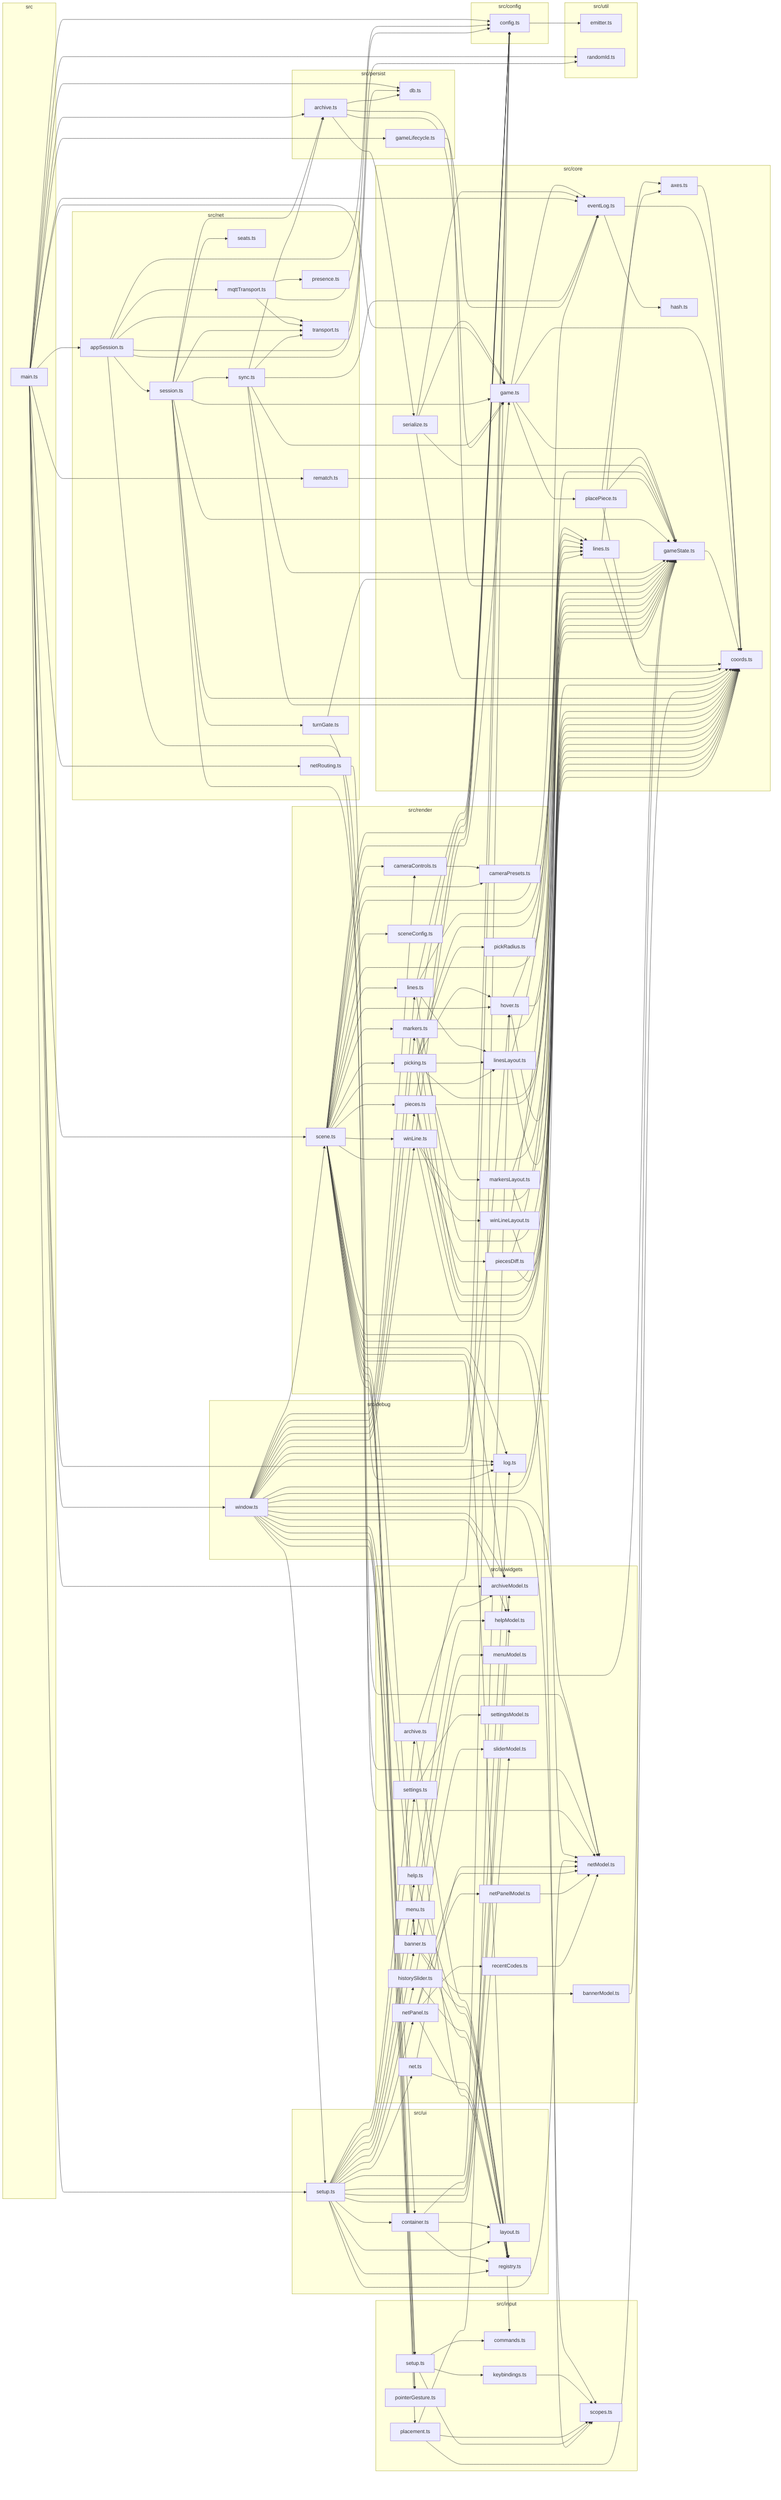
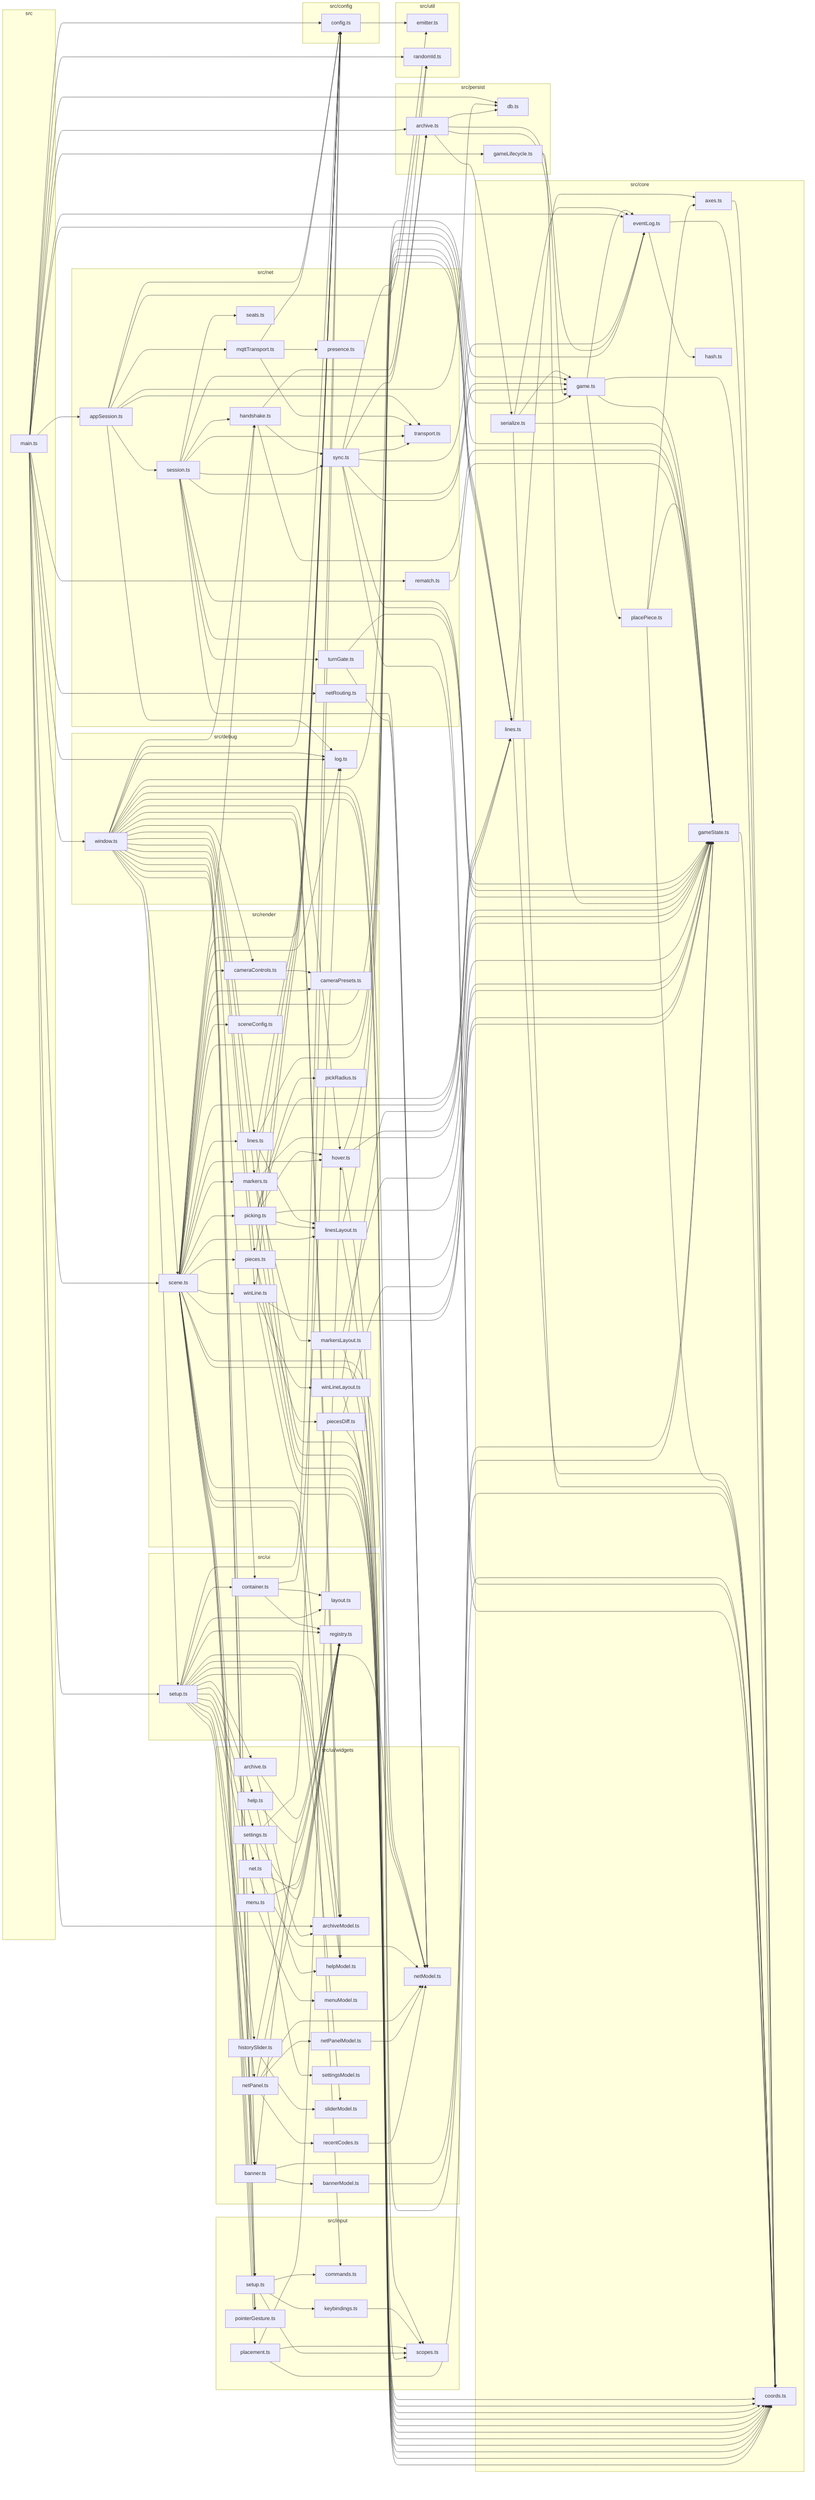
graph LR
    subgraph src
        src_main_ts["main.ts"]
    end
    subgraph src/config
        src_config_config_ts["config.ts"]
    end
    subgraph src/core
        src_core_axes_ts["axes.ts"]
        src_core_coords_ts["coords.ts"]
        src_core_eventLog_ts["eventLog.ts"]
        src_core_game_ts["game.ts"]
        src_core_gameState_ts["gameState.ts"]
        src_core_hash_ts["hash.ts"]
        src_core_lines_ts["lines.ts"]
        src_core_placePiece_ts["placePiece.ts"]
        src_core_serialize_ts["serialize.ts"]
    end
    subgraph src/debug
        src_debug_log_ts["log.ts"]
        src_debug_window_ts["window.ts"]
    end
    subgraph src/input
        src_input_commands_ts["commands.ts"]
        src_input_keybindings_ts["keybindings.ts"]
        src_input_placement_ts["placement.ts"]
        src_input_pointerGesture_ts["pointerGesture.ts"]
        src_input_scopes_ts["scopes.ts"]
        src_input_setup_ts["setup.ts"]
    end
    subgraph src/net
        src_net_appSession_ts["appSession.ts"]
+         src_net_handshake_ts["handshake.ts"]
        src_net_mqttTransport_ts["mqttTransport.ts"]
        src_net_netRouting_ts["netRouting.ts"]
        src_net_presence_ts["presence.ts"]
        src_net_rematch_ts["rematch.ts"]
        src_net_seats_ts["seats.ts"]
        src_net_session_ts["session.ts"]
        src_net_sync_ts["sync.ts"]
        src_net_transport_ts["transport.ts"]
        src_net_turnGate_ts["turnGate.ts"]
    end
    subgraph src/persist
        src_persist_archive_ts["archive.ts"]
        src_persist_db_ts["db.ts"]
        src_persist_gameLifecycle_ts["gameLifecycle.ts"]
    end
    subgraph src/render
        src_render_cameraControls_ts["cameraControls.ts"]
        src_render_cameraPresets_ts["cameraPresets.ts"]
        src_render_hover_ts["hover.ts"]
        src_render_lines_ts["lines.ts"]
        src_render_linesLayout_ts["linesLayout.ts"]
        src_render_markers_ts["markers.ts"]
        src_render_markersLayout_ts["markersLayout.ts"]
        src_render_pickRadius_ts["pickRadius.ts"]
        src_render_picking_ts["picking.ts"]
        src_render_pieces_ts["pieces.ts"]
        src_render_piecesDiff_ts["piecesDiff.ts"]
        src_render_scene_ts["scene.ts"]
        src_render_sceneConfig_ts["sceneConfig.ts"]
        src_render_winLine_ts["winLine.ts"]
        src_render_winLineLayout_ts["winLineLayout.ts"]
    end
    subgraph src/ui
        src_ui_container_ts["container.ts"]
        src_ui_layout_ts["layout.ts"]
        src_ui_registry_ts["registry.ts"]
        src_ui_setup_ts["setup.ts"]
    end
    subgraph src/ui/widgets
        src_ui_widgets_archive_ts["archive.ts"]
        src_ui_widgets_archiveModel_ts["archiveModel.ts"]
        src_ui_widgets_banner_ts["banner.ts"]
        src_ui_widgets_bannerModel_ts["bannerModel.ts"]
        src_ui_widgets_help_ts["help.ts"]
        src_ui_widgets_helpModel_ts["helpModel.ts"]
        src_ui_widgets_historySlider_ts["historySlider.ts"]
        src_ui_widgets_menu_ts["menu.ts"]
        src_ui_widgets_menuModel_ts["menuModel.ts"]
        src_ui_widgets_net_ts["net.ts"]
        src_ui_widgets_netModel_ts["netModel.ts"]
        src_ui_widgets_netPanel_ts["netPanel.ts"]
        src_ui_widgets_netPanelModel_ts["netPanelModel.ts"]
        src_ui_widgets_recentCodes_ts["recentCodes.ts"]
        src_ui_widgets_settings_ts["settings.ts"]
        src_ui_widgets_settingsModel_ts["settingsModel.ts"]
        src_ui_widgets_sliderModel_ts["sliderModel.ts"]
    end
    subgraph src/util
        src_util_emitter_ts["emitter.ts"]
        src_util_randomId_ts["randomId.ts"]
    end
    src_config_config_ts --> src_util_emitter_ts
    src_core_axes_ts --> src_core_coords_ts
    src_core_eventLog_ts --> src_core_coords_ts
    src_core_eventLog_ts --> src_core_hash_ts
    src_core_game_ts --> src_core_coords_ts
    src_core_game_ts --> src_core_eventLog_ts
    src_core_game_ts --> src_core_gameState_ts
    src_core_game_ts --> src_core_placePiece_ts
    src_core_gameState_ts --> src_core_coords_ts
    src_core_lines_ts --> src_core_axes_ts
    src_core_lines_ts --> src_core_coords_ts
    src_core_placePiece_ts --> src_core_axes_ts
    src_core_placePiece_ts --> src_core_coords_ts
    src_core_placePiece_ts --> src_core_gameState_ts
    src_core_serialize_ts --> src_core_coords_ts
    src_core_serialize_ts --> src_core_eventLog_ts
    src_core_serialize_ts --> src_core_game_ts
    src_core_serialize_ts --> src_core_gameState_ts
    src_debug_window_ts --> src_config_config_ts
    src_debug_window_ts --> src_core_coords_ts
    src_debug_window_ts --> src_core_gameState_ts
    src_debug_window_ts --> src_debug_log_ts
    src_debug_window_ts --> src_input_pointerGesture_ts
    src_debug_window_ts --> src_input_scopes_ts
    src_debug_window_ts --> src_input_setup_ts
+     src_debug_window_ts --> src_net_handshake_ts
    src_debug_window_ts --> src_render_cameraControls_ts
    src_debug_window_ts --> src_render_hover_ts
    src_debug_window_ts --> src_render_lines_ts
    src_debug_window_ts --> src_render_markers_ts
    src_debug_window_ts --> src_render_pieces_ts
    src_debug_window_ts --> src_render_scene_ts
    src_debug_window_ts --> src_render_winLine_ts
    src_debug_window_ts --> src_ui_container_ts
    src_debug_window_ts --> src_ui_setup_ts
    src_debug_window_ts --> src_ui_widgets_archiveModel_ts
    src_debug_window_ts --> src_ui_widgets_banner_ts
    src_debug_window_ts --> src_ui_widgets_helpModel_ts
    src_debug_window_ts --> src_ui_widgets_netModel_ts
    src_input_keybindings_ts --> src_input_scopes_ts
    src_input_placement_ts --> src_core_coords_ts
    src_input_placement_ts --> src_input_scopes_ts
    src_input_placement_ts --> src_render_hover_ts
    src_input_setup_ts --> src_input_commands_ts
    src_input_setup_ts --> src_input_keybindings_ts
    src_input_setup_ts --> src_input_scopes_ts
    src_main_ts --> src_config_config_ts
    src_main_ts --> src_core_eventLog_ts
    src_main_ts --> src_core_game_ts
    src_main_ts --> src_debug_log_ts
    src_main_ts --> src_debug_window_ts
    src_main_ts --> src_net_appSession_ts
    src_main_ts --> src_net_netRouting_ts
    src_main_ts --> src_net_rematch_ts
    src_main_ts --> src_persist_archive_ts
    src_main_ts --> src_persist_db_ts
    src_main_ts --> src_persist_gameLifecycle_ts
    src_main_ts --> src_render_scene_ts
    src_main_ts --> src_ui_setup_ts
    src_main_ts --> src_ui_widgets_archiveModel_ts
    src_main_ts --> src_util_randomId_ts
    src_net_appSession_ts --> src_config_config_ts
    src_net_appSession_ts --> src_debug_log_ts
    src_net_appSession_ts --> src_net_mqttTransport_ts
    src_net_appSession_ts --> src_net_session_ts
    src_net_appSession_ts --> src_net_transport_ts
    src_net_appSession_ts --> src_persist_db_ts
    src_net_appSession_ts --> src_util_randomId_ts
+     src_net_handshake_ts --> src_core_gameState_ts
+     src_net_handshake_ts --> src_net_sync_ts
+     src_net_handshake_ts --> src_util_randomId_ts
    src_net_mqttTransport_ts --> src_config_config_ts
    src_net_mqttTransport_ts --> src_net_presence_ts
    src_net_mqttTransport_ts --> src_net_transport_ts
    src_net_netRouting_ts --> src_ui_widgets_netModel_ts
    src_net_rematch_ts --> src_core_gameState_ts
    src_net_session_ts --> src_core_coords_ts
    src_net_session_ts --> src_core_game_ts
    src_net_session_ts --> src_core_gameState_ts
+     src_net_session_ts --> src_net_handshake_ts
    src_net_session_ts --> src_net_seats_ts
    src_net_session_ts --> src_net_sync_ts
    src_net_session_ts --> src_net_transport_ts
    src_net_session_ts --> src_net_turnGate_ts
    src_net_session_ts --> src_persist_archive_ts
    src_net_session_ts --> src_ui_widgets_netModel_ts
    src_net_sync_ts --> src_core_coords_ts
    src_net_sync_ts --> src_core_eventLog_ts
    src_net_sync_ts --> src_core_game_ts
    src_net_sync_ts --> src_core_gameState_ts
    src_net_sync_ts --> src_net_transport_ts
    src_net_sync_ts --> src_persist_archive_ts
+     src_net_sync_ts --> src_util_emitter_ts
    src_net_turnGate_ts --> src_core_gameState_ts
    src_net_turnGate_ts --> src_ui_widgets_netModel_ts
    src_persist_archive_ts --> src_core_eventLog_ts
    src_persist_archive_ts --> src_core_game_ts
    src_persist_archive_ts --> src_core_serialize_ts
    src_persist_archive_ts --> src_persist_db_ts
    src_persist_gameLifecycle_ts --> src_core_gameState_ts
    src_render_cameraControls_ts --> src_render_cameraPresets_ts
    src_render_hover_ts --> src_core_coords_ts
    src_render_hover_ts --> src_core_gameState_ts
    src_render_hover_ts --> src_core_lines_ts
    src_render_lines_ts --> src_config_config_ts
    src_render_lines_ts --> src_core_coords_ts
    src_render_lines_ts --> src_core_lines_ts
    src_render_lines_ts --> src_render_linesLayout_ts
    src_render_linesLayout_ts --> src_core_coords_ts
    src_render_linesLayout_ts --> src_core_lines_ts
    src_render_markers_ts --> src_config_config_ts
    src_render_markers_ts --> src_core_coords_ts
    src_render_markers_ts --> src_core_gameState_ts
    src_render_markers_ts --> src_render_markersLayout_ts
    src_render_markersLayout_ts --> src_core_coords_ts
    src_render_markersLayout_ts --> src_core_gameState_ts
    src_render_picking_ts --> src_core_coords_ts
    src_render_picking_ts --> src_core_gameState_ts
    src_render_picking_ts --> src_core_lines_ts
    src_render_picking_ts --> src_render_hover_ts
    src_render_picking_ts --> src_render_linesLayout_ts
    src_render_picking_ts --> src_render_pickRadius_ts
    src_render_pieces_ts --> src_config_config_ts
    src_render_pieces_ts --> src_core_coords_ts
    src_render_pieces_ts --> src_core_gameState_ts
    src_render_pieces_ts --> src_render_piecesDiff_ts
    src_render_piecesDiff_ts --> src_core_coords_ts
    src_render_piecesDiff_ts --> src_core_gameState_ts
    src_render_scene_ts --> src_config_config_ts
    src_render_scene_ts --> src_core_coords_ts
    src_render_scene_ts --> src_core_eventLog_ts
    src_render_scene_ts --> src_core_game_ts
    src_render_scene_ts --> src_core_gameState_ts
    src_render_scene_ts --> src_core_lines_ts
    src_render_scene_ts --> src_debug_log_ts
    src_render_scene_ts --> src_input_commands_ts
    src_render_scene_ts --> src_input_placement_ts
    src_render_scene_ts --> src_input_pointerGesture_ts
    src_render_scene_ts --> src_input_scopes_ts
    src_render_scene_ts --> src_input_setup_ts
+     src_render_scene_ts --> src_net_handshake_ts
    src_render_scene_ts --> src_render_cameraControls_ts
    src_render_scene_ts --> src_render_cameraPresets_ts
    src_render_scene_ts --> src_render_hover_ts
    src_render_scene_ts --> src_render_lines_ts
    src_render_scene_ts --> src_render_linesLayout_ts
    src_render_scene_ts --> src_render_markers_ts
    src_render_scene_ts --> src_render_picking_ts
    src_render_scene_ts --> src_render_pieces_ts
    src_render_scene_ts --> src_render_sceneConfig_ts
    src_render_scene_ts --> src_render_winLine_ts
    src_render_scene_ts --> src_ui_widgets_banner_ts
    src_render_scene_ts --> src_ui_widgets_helpModel_ts
    src_render_scene_ts --> src_ui_widgets_netModel_ts
    src_render_winLine_ts --> src_config_config_ts
    src_render_winLine_ts --> src_core_coords_ts
    src_render_winLine_ts --> src_core_gameState_ts
    src_render_winLine_ts --> src_render_winLineLayout_ts
    src_render_winLineLayout_ts --> src_core_coords_ts
    src_render_winLineLayout_ts --> src_core_lines_ts
    src_ui_container_ts --> src_debug_log_ts
    src_ui_container_ts --> src_ui_layout_ts
    src_ui_container_ts --> src_ui_registry_ts
    src_ui_setup_ts --> src_config_config_ts
    src_ui_setup_ts --> src_ui_container_ts
    src_ui_setup_ts --> src_ui_layout_ts
    src_ui_setup_ts --> src_ui_registry_ts
    src_ui_setup_ts --> src_ui_widgets_archive_ts
    src_ui_setup_ts --> src_ui_widgets_archiveModel_ts
    src_ui_setup_ts --> src_ui_widgets_banner_ts
    src_ui_setup_ts --> src_ui_widgets_help_ts
    src_ui_setup_ts --> src_ui_widgets_helpModel_ts
    src_ui_setup_ts --> src_ui_widgets_historySlider_ts
    src_ui_setup_ts --> src_ui_widgets_menu_ts
    src_ui_setup_ts --> src_ui_widgets_net_ts
    src_ui_setup_ts --> src_ui_widgets_netModel_ts
    src_ui_setup_ts --> src_ui_widgets_netPanel_ts
    src_ui_setup_ts --> src_ui_widgets_settings_ts
    src_ui_setup_ts --> src_ui_widgets_sliderModel_ts
    src_ui_widgets_archive_ts --> src_ui_registry_ts
    src_ui_widgets_archive_ts --> src_ui_widgets_archiveModel_ts
    src_ui_widgets_banner_ts --> src_core_gameState_ts
    src_ui_widgets_banner_ts --> src_ui_registry_ts
    src_ui_widgets_banner_ts --> src_ui_widgets_bannerModel_ts
    src_ui_widgets_bannerModel_ts --> src_core_gameState_ts
    src_ui_widgets_help_ts --> src_ui_registry_ts
    src_ui_widgets_help_ts --> src_ui_widgets_helpModel_ts
    src_ui_widgets_historySlider_ts --> src_ui_registry_ts
    src_ui_widgets_historySlider_ts --> src_ui_widgets_sliderModel_ts
    src_ui_widgets_menu_ts --> src_ui_registry_ts
    src_ui_widgets_menu_ts --> src_ui_widgets_menuModel_ts
    src_ui_widgets_net_ts --> src_ui_registry_ts
    src_ui_widgets_net_ts --> src_ui_widgets_netModel_ts
    src_ui_widgets_netPanel_ts --> src_ui_registry_ts
    src_ui_widgets_netPanel_ts --> src_ui_widgets_netModel_ts
    src_ui_widgets_netPanel_ts --> src_ui_widgets_netPanelModel_ts
    src_ui_widgets_netPanel_ts --> src_ui_widgets_recentCodes_ts
    src_ui_widgets_netPanelModel_ts --> src_ui_widgets_netModel_ts
    src_ui_widgets_recentCodes_ts --> src_ui_widgets_netModel_ts
    src_ui_widgets_settings_ts --> src_config_config_ts
    src_ui_widgets_settings_ts --> src_ui_registry_ts
    src_ui_widgets_settings_ts --> src_ui_widgets_settingsModel_ts
